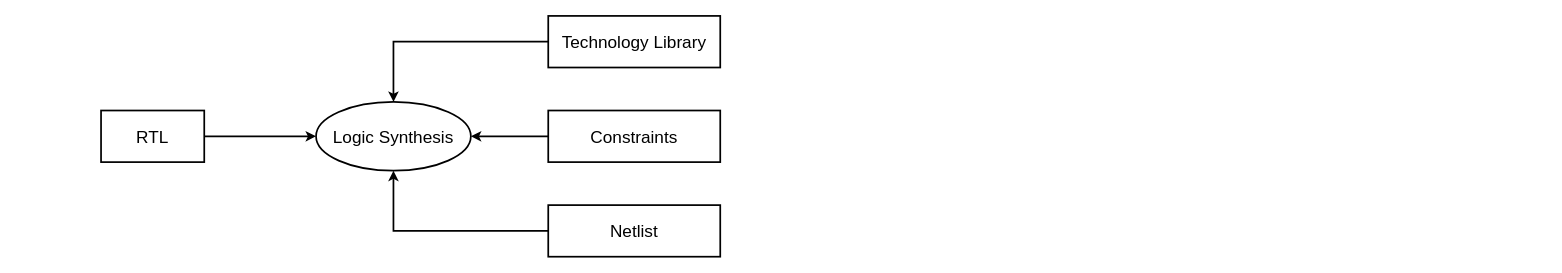
This is constraints application.drawio from T-Maharshi-Sanand-Yadav/draw.io, a draw.io file, before an edit. Source tidied: cells renumbered, new cells numbered last; positions are measured from the earlier drawing's top-left corner, leaving out a move shared by most shapes. Both pictures are drawn from the tidied source at 86%, with x=0, y=0 at pixel (101, 15).
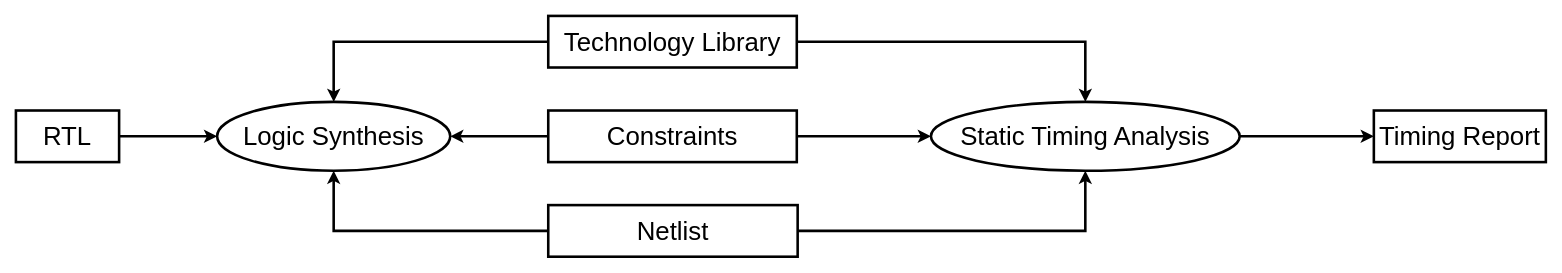
The same diagram, later.

The edit, as a diff of the source:
```diff
@@
 <mxGraphModel>
   <root>
     <mxCell id="0" />
     <mxCell id="1" parent="0" />
-    <mxCell id="2" style="edgeStyle=orthogonalEdgeStyle;rounded=0;jettySize=auto;html=1;strokeWidth=2;fontSize=20;" parent="1" edge="1" source="3" target="4">
+    <mxCell id="2" style="edgeStyle=orthogonalEdgeStyle;rounded=0;jettySize=auto;html=1;strokeWidth=3;fontSize=30;" parent="1" edge="1" source="3" target="4">
       <mxGeometry relative="1" as="geometry" />
     </mxCell>
-    <mxCell id="3" value="RTL" style="rounded=0;whiteSpace=wrap;html=1;strokeWidth=2;fontSize=20;" parent="1" vertex="1">
-      <mxGeometry y="110" width="120" height="60" as="geometry" />
+    <mxCell id="3" value="RTL" style="rounded=0;whiteSpace=wrap;html=1;strokeWidth=3;fontSize=30;" parent="1" vertex="1">
+      <mxGeometry x="-99" y="110" width="120" height="60" as="geometry" />
     </mxCell>
-    <mxCell id="4" value="Logic Synthesis" style="ellipse;whiteSpace=wrap;html=1;strokeWidth=2;fontSize=20;" parent="1" vertex="1">
-      <mxGeometry x="250" y="100" width="180" height="80" as="geometry" />
+    <mxCell id="4" value="Logic Synthesis" style="ellipse;whiteSpace=wrap;html=1;strokeWidth=3;fontSize=30;" parent="1" vertex="1">
+      <mxGeometry x="135" y="100" width="271" height="80" as="geometry" />
     </mxCell>
-    <mxCell id="5" style="edgeStyle=orthogonalEdgeStyle;rounded=0;jettySize=auto;html=1;entryX=0.5;entryY=0;entryDx=0;entryDy=0;strokeWidth=2;fontSize=20;" parent="1" edge="1" source="6" target="4">
+    <mxCell id="5" style="edgeStyle=orthogonalEdgeStyle;rounded=0;jettySize=auto;html=1;entryX=0.5;entryY=0;entryDx=0;entryDy=0;strokeWidth=3;fontSize=30;" parent="1" edge="1" source="6" target="4">
       <mxGeometry relative="1" as="geometry" />
     </mxCell>
+    <mxCell id="11" style="edgeStyle=orthogonalEdgeStyle;rounded=0;jettySize=auto;html=1;entryX=0.5;entryY=0;entryDx=0;entryDy=0;strokeWidth=3;fontSize=30;" parent="1" edge="1" source="6" target="15">
+      <mxGeometry relative="1" as="geometry" />
+    </mxCell>
-    <mxCell id="6" value="Technology Library" style="rounded=0;whiteSpace=wrap;html=1;strokeWidth=2;fontSize=20;" parent="1" vertex="1">
-      <mxGeometry x="520" width="200" height="60" as="geometry" />
+    <mxCell id="6" value="Technology Library" style="rounded=0;whiteSpace=wrap;html=1;strokeWidth=3;fontSize=30;" parent="1" vertex="1">
+      <mxGeometry x="520" width="289" height="60" as="geometry" />
     </mxCell>
-    <mxCell id="7" style="edgeStyle=orthogonalEdgeStyle;rounded=0;jettySize=auto;html=1;strokeWidth=2;fontSize=20;" parent="1" edge="1" source="8" target="4">
+    <mxCell id="7" style="edgeStyle=orthogonalEdgeStyle;rounded=0;jettySize=auto;html=1;strokeWidth=3;fontSize=30;" parent="1" edge="1" source="8" target="4">
       <mxGeometry relative="1" as="geometry" />
     </mxCell>
+    <mxCell id="12" style="edgeStyle=orthogonalEdgeStyle;rounded=0;jettySize=auto;html=1;strokeWidth=3;fontSize=30;" parent="1" edge="1" source="8" target="15">
+      <mxGeometry relative="1" as="geometry" />
+    </mxCell>
-    <mxCell id="8" value="Constraints" style="rounded=0;whiteSpace=wrap;html=1;strokeWidth=2;fontSize=20;" parent="1" vertex="1">
-      <mxGeometry x="520" y="110" width="200" height="60" as="geometry" />
+    <mxCell id="8" value="Constraints" style="rounded=0;whiteSpace=wrap;html=1;strokeWidth=3;fontSize=30;" parent="1" vertex="1">
+      <mxGeometry x="520" y="110" width="289" height="60" as="geometry" />
     </mxCell>
-    <mxCell id="9" style="edgeStyle=orthogonalEdgeStyle;rounded=0;jettySize=auto;html=1;entryX=0.5;entryY=1;entryDx=0;entryDy=0;strokeWidth=2;fontSize=20;" parent="1" edge="1" source="10" target="4">
+    <mxCell id="9" style="edgeStyle=orthogonalEdgeStyle;rounded=0;jettySize=auto;html=1;entryX=0.5;entryY=1;entryDx=0;entryDy=0;strokeWidth=3;fontSize=30;" parent="1" edge="1" source="10" target="4">
       <mxGeometry relative="1" as="geometry" />
     </mxCell>
+    <mxCell id="13" style="edgeStyle=orthogonalEdgeStyle;rounded=0;jettySize=auto;html=1;entryX=0.5;entryY=1;entryDx=0;entryDy=0;strokeWidth=3;fontSize=30;" parent="1" edge="1" source="10" target="15">
+      <mxGeometry relative="1" as="geometry" />
+    </mxCell>
-    <mxCell id="10" value="Netlist" style="rounded=0;whiteSpace=wrap;html=1;strokeWidth=2;fontSize=20;" parent="1" vertex="1">
-      <mxGeometry x="520" y="220" width="200" height="60" as="geometry" />
+    <mxCell id="10" value="Netlist" style="rounded=0;whiteSpace=wrap;html=1;strokeWidth=3;fontSize=30;" parent="1" vertex="1">
+      <mxGeometry x="520" y="220" width="290" height="60" as="geometry" />
     </mxCell>
+    <mxCell id="14" style="edgeStyle=orthogonalEdgeStyle;rounded=0;jettySize=auto;html=1;strokeWidth=3;fontSize=30;" parent="1" edge="1" source="15" target="16">
+      <mxGeometry relative="1" as="geometry" />
+    </mxCell>
+    <mxCell id="15" value="Static Timing Analysis" style="ellipse;whiteSpace=wrap;html=1;strokeWidth=3;fontSize=30;" parent="1" vertex="1">
+      <mxGeometry x="965" y="100" width="359" height="80" as="geometry" />
+    </mxCell>
+    <mxCell id="16" value="Timing Report" style="rounded=0;whiteSpace=wrap;html=1;strokeWidth=3;fontSize=30;" parent="1" vertex="1">
+      <mxGeometry x="1480" y="110" width="200" height="60" as="geometry" />
+    </mxCell>
   </root>
 </mxGraphModel>
```
